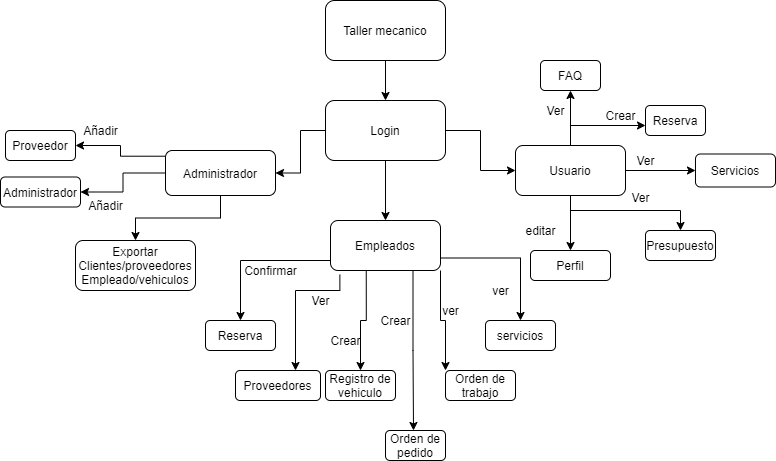
Ocikotorzido/Portafolio-de-Titulo keeps this draw.io diagram as pantallazos/estructura_taller.png. Above is the earlier version. Source tidied: cells renumbered, new cells last; positions are measured from the earlier drawing's top-left corner, leaving out a move shared by most shapes.
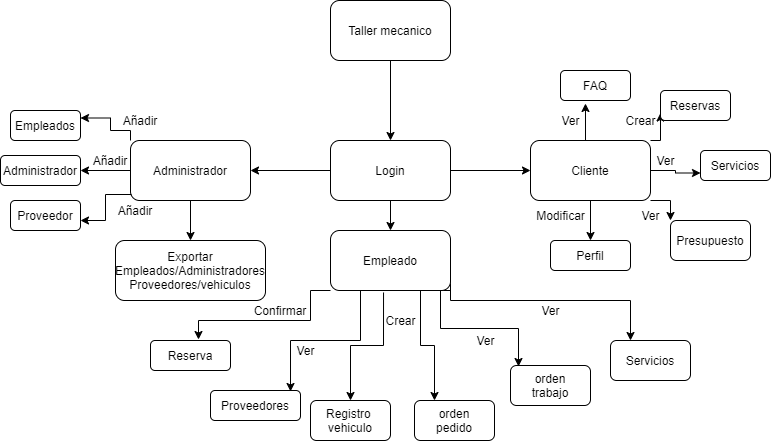
Later version of the same file.

Commit message:
Docs: Imagen de estructura web arreglada, Typo Villaroel -> Villarroel arreglado.

The edit, as a diff of the source:
```diff
@@ -2,179 +2,193 @@
   <root>
     <mxCell id="0" />
     <mxCell id="1" parent="0" />
-    <mxCell id="2" style="edgeStyle=orthogonalEdgeStyle;rounded=0;jettySize=auto;html=1;exitX=0.5;exitY=1;exitDx=0;exitDy=0;" parent="1" edge="1" source="3" target="7">
+    <mxCell id="2" style="edgeStyle=orthogonalEdgeStyle;rounded=0;jettySize=auto;html=1;" parent="1" edge="1" source="3" target="7">
       <mxGeometry relative="1" as="geometry" />
     </mxCell>
     <mxCell id="3" value="Taller mecanico" style="rounded=1;whiteSpace=wrap;html=1;" parent="1" vertex="1">
-      <mxGeometry x="325" width="120" height="60" as="geometry" />
+      <mxGeometry x="305" y="40" width="120" height="60" as="geometry" />
     </mxCell>
-    <mxCell id="4" style="edgeStyle=orthogonalEdgeStyle;rounded=0;jettySize=auto;html=1;" parent="1" edge="1" source="7" target="13">
-      <mxGeometry relative="1" as="geometry" />
-    </mxCell>
-    <mxCell id="5" style="edgeStyle=orthogonalEdgeStyle;rounded=0;jettySize=auto;html=1;" parent="1" edge="1" source="7" target="20">
-      <mxGeometry relative="1" as="geometry" />
-    </mxCell>
-    <mxCell id="6" style="edgeStyle=orthogonalEdgeStyle;rounded=0;jettySize=auto;html=1;" parent="1" edge="1" source="7" target="24">
-      <mxGeometry relative="1" as="geometry" />
-    </mxCell>
+    <mxCell id="52" style="edgeStyle=orthogonalEdgeStyle;rounded=0;jettySize=auto;html=1;" parent="1" edge="1" source="7" target="58">
+      <mxGeometry relative="1" as="geometry" />
+    </mxCell>
+    <mxCell id="53" style="edgeStyle=orthogonalEdgeStyle;rounded=0;jettySize=auto;html=1;" parent="1" edge="1" source="7" target="65">
+      <mxGeometry relative="1" as="geometry" />
+    </mxCell>
+    <mxCell id="54" style="edgeStyle=orthogonalEdgeStyle;rounded=0;jettySize=auto;html=1;" parent="1" edge="1" source="7" target="71">
+      <mxGeometry relative="1" as="geometry" />
+    </mxCell>
-    <mxCell id="7" value="Login" style="rounded=1;whiteSpace=wrap;html=1;" parent="1" vertex="1">
-      <mxGeometry x="325" y="100" width="120" height="60" as="geometry" />
+    <mxCell id="7" value="Login" style="whiteSpace=wrap;html=1;rounded=1;" parent="1" vertex="1">
+      <mxGeometry x="305" y="180" width="120" height="60" as="geometry" />
     </mxCell>
-    <mxCell id="8" style="edgeStyle=orthogonalEdgeStyle;rounded=0;jettySize=auto;html=1;" parent="1" edge="1" source="13" target="30">
-      <mxGeometry relative="1" as="geometry">
-        <Array as="points">
-          <mxPoint x="570" y="125" />
-        </Array>
-      </mxGeometry>
-    </mxCell>
-    <mxCell id="9" style="edgeStyle=orthogonalEdgeStyle;rounded=0;jettySize=auto;html=1;" parent="1" edge="1" source="13" target="32">
-      <mxGeometry relative="1" as="geometry">
-        <Array as="points">
-          <mxPoint x="570" y="210" />
-        </Array>
-      </mxGeometry>
-    </mxCell>
-    <mxCell id="10" style="edgeStyle=orthogonalEdgeStyle;rounded=0;jettySize=auto;html=1;entryX=0;entryY=0.5;entryDx=0;entryDy=0;" parent="1" edge="1" source="13" target="33">
-      <mxGeometry relative="1" as="geometry" />
-    </mxCell>
-    <mxCell id="11" style="edgeStyle=orthogonalEdgeStyle;rounded=0;jettySize=auto;html=1;" parent="1" edge="1" source="13" target="36">
-      <mxGeometry relative="1" as="geometry" />
-    </mxCell>
-    <mxCell id="12" style="edgeStyle=orthogonalEdgeStyle;rounded=0;jettySize=auto;html=1;exitX=0.5;exitY=0;exitDx=0;exitDy=0;entryX=0.5;entryY=1;entryDx=0;entryDy=0;" parent="1" edge="1" source="13" target="48">
-      <mxGeometry relative="1" as="geometry" />
-    </mxCell>
-    <mxCell id="13" value="Usuario" style="rounded=1;whiteSpace=wrap;html=1;" parent="1" vertex="1">
-      <mxGeometry x="515" y="145" width="110" height="50" as="geometry" />
-    </mxCell>
-    <mxCell id="14" style="edgeStyle=orthogonalEdgeStyle;rounded=0;jettySize=auto;html=1;" parent="1" edge="1" source="20" target="38">
-      <mxGeometry relative="1" as="geometry">
-        <Array as="points">
-          <mxPoint x="240" y="260" />
-        </Array>
-      </mxGeometry>
-    </mxCell>
-    <mxCell id="15" style="edgeStyle=orthogonalEdgeStyle;rounded=0;jettySize=auto;html=1;exitX=0.085;exitY=1.084;exitDx=0;exitDy=0;exitPerimeter=0;" parent="1" edge="1" source="20" target="40">
-      <mxGeometry relative="1" as="geometry">
-        <Array as="points">
-          <mxPoint x="339" y="290" />
-          <mxPoint x="295" y="290" />
-        </Array>
-      </mxGeometry>
-    </mxCell>
-    <mxCell id="16" style="edgeStyle=orthogonalEdgeStyle;rounded=0;jettySize=auto;html=1;exitX=0.325;exitY=1.004;exitDx=0;exitDy=0;entryX=0.5;entryY=0;entryDx=0;entryDy=0;exitPerimeter=0;" parent="1" edge="1" source="20" target="43">
-      <mxGeometry relative="1" as="geometry" />
-    </mxCell>
-    <mxCell id="17" style="edgeStyle=orthogonalEdgeStyle;rounded=0;jettySize=auto;html=1;exitX=1;exitY=0.75;exitDx=0;exitDy=0;entryX=0.5;entryY=0;entryDx=0;entryDy=0;" parent="1" edge="1" source="20" target="44">
-      <mxGeometry relative="1" as="geometry" />
-    </mxCell>
-    <mxCell id="18" style="edgeStyle=orthogonalEdgeStyle;rounded=0;jettySize=auto;html=1;exitX=1;exitY=1;exitDx=0;exitDy=0;entryX=0;entryY=0;entryDx=0;entryDy=0;" parent="1" edge="1" source="20" target="42">
-      <mxGeometry relative="1" as="geometry">
-        <Array as="points">
-          <mxPoint x="440" y="320" />
-          <mxPoint x="445" y="320" />
-        </Array>
-      </mxGeometry>
-    </mxCell>
-    <mxCell id="19" style="edgeStyle=orthogonalEdgeStyle;rounded=0;jettySize=auto;html=1;exitX=0.75;exitY=1;exitDx=0;exitDy=0;" parent="1" edge="1" source="20">
-      <mxGeometry relative="1" as="geometry">
-        <mxPoint x="413" y="430" as="targetPoint" />
-      </mxGeometry>
-    </mxCell>
+    <mxCell id="55" style="edgeStyle=orthogonalEdgeStyle;rounded=0;jettySize=auto;html=1;exitX=0;exitY=0;exitDx=0;exitDy=0;entryX=1;entryY=0.25;entryDx=0;entryDy=0;" parent="1" edge="1" source="58" target="20">
+      <mxGeometry relative="1" as="geometry">
+        <Array as="points">
+          <mxPoint x="105" y="170" />
+          <mxPoint x="85" y="170" />
+          <mxPoint x="85" y="158" />
+        </Array>
+      </mxGeometry>
+    </mxCell>
+    <mxCell id="56" style="edgeStyle=orthogonalEdgeStyle;rounded=0;jettySize=auto;html=1;" parent="1" edge="1" source="58">
+      <mxGeometry relative="1" as="geometry">
+        <mxPoint x="55" y="210" as="targetPoint" />
+      </mxGeometry>
+    </mxCell>
+    <mxCell id="57" style="edgeStyle=orthogonalEdgeStyle;rounded=0;jettySize=auto;html=1;" parent="1" edge="1" source="58" target="74">
+      <mxGeometry relative="1" as="geometry" />
+    </mxCell>
+    <mxCell id="58" value="Administrador" style="whiteSpace=wrap;html=1;rounded=1;" parent="1" vertex="1">
+      <mxGeometry x="105" y="180" width="120" height="60" as="geometry" />
+    </mxCell>
+    <mxCell id="59" style="edgeStyle=orthogonalEdgeStyle;rounded=0;jettySize=auto;html=1;exitX=0;exitY=1;exitDx=0;exitDy=0;entryX=0.6;entryY=-0.033;entryDx=0;entryDy=0;entryPerimeter=0;" parent="1" edge="1" source="65" target="78">
+      <mxGeometry relative="1" as="geometry">
+        <Array as="points">
+          <mxPoint x="285" y="330" />
+          <mxPoint x="285" y="360" />
+          <mxPoint x="173" y="360" />
+        </Array>
+      </mxGeometry>
+    </mxCell>
+    <mxCell id="60" style="edgeStyle=orthogonalEdgeStyle;rounded=0;jettySize=auto;html=1;exitX=0.25;exitY=1;exitDx=0;exitDy=0;entryX=0.889;entryY=0.033;entryDx=0;entryDy=0;entryPerimeter=0;" parent="1" edge="1" source="65" target="40">
+      <mxGeometry relative="1" as="geometry" />
+    </mxCell>
+    <mxCell id="61" style="edgeStyle=orthogonalEdgeStyle;rounded=0;jettySize=auto;html=1;exitX=0.442;exitY=1.033;exitDx=0;exitDy=0;entryX=0.5;entryY=0;entryDx=0;entryDy=0;exitPerimeter=0;" parent="1" edge="1" source="65" target="80">
+      <mxGeometry relative="1" as="geometry" />
+    </mxCell>
+    <mxCell id="62" style="edgeStyle=orthogonalEdgeStyle;rounded=0;jettySize=auto;html=1;exitX=0.75;exitY=1;exitDx=0;exitDy=0;entryX=0.25;entryY=0;entryDx=0;entryDy=0;" parent="1" edge="1" source="65" target="82">
+      <mxGeometry relative="1" as="geometry" />
+    </mxCell>
+    <mxCell id="63" style="edgeStyle=orthogonalEdgeStyle;rounded=0;jettySize=auto;html=1;exitX=1;exitY=1;exitDx=0;exitDy=0;entryX=0.1;entryY=0.025;entryDx=0;entryDy=0;entryPerimeter=0;" parent="1" edge="1" source="65" target="83">
+      <mxGeometry relative="1" as="geometry">
+        <Array as="points">
+          <mxPoint x="415" y="330" />
+          <mxPoint x="415" y="368" />
+          <mxPoint x="493" y="368" />
+        </Array>
+      </mxGeometry>
+    </mxCell>
+    <mxCell id="64" style="edgeStyle=orthogonalEdgeStyle;rounded=0;jettySize=auto;html=1;exitX=1;exitY=0.75;exitDx=0;exitDy=0;entryX=0.25;entryY=0;entryDx=0;entryDy=0;" parent="1" edge="1" source="65" target="84">
+      <mxGeometry relative="1" as="geometry">
+        <Array as="points">
+          <mxPoint x="425" y="340" />
+          <mxPoint x="605" y="340" />
+        </Array>
+      </mxGeometry>
+    </mxCell>
+    <mxCell id="65" value="Empleado" style="whiteSpace=wrap;html=1;rounded=1;" parent="1" vertex="1">
+      <mxGeometry x="305" y="270" width="120" height="60" as="geometry" />
+    </mxCell>
+    <mxCell id="66" style="edgeStyle=orthogonalEdgeStyle;rounded=0;jettySize=auto;html=1;" parent="1" edge="1" source="71" target="36">
+      <mxGeometry relative="1" as="geometry" />
+    </mxCell>
+    <mxCell id="67" style="edgeStyle=orthogonalEdgeStyle;rounded=0;jettySize=auto;html=1;exitX=1;exitY=0.5;exitDx=0;exitDy=0;entryX=0;entryY=0.75;entryDx=0;entryDy=0;" parent="1" edge="1" source="71" target="87">
+      <mxGeometry relative="1" as="geometry" />
+    </mxCell>
+    <mxCell id="68" style="edgeStyle=orthogonalEdgeStyle;rounded=0;jettySize=auto;html=1;exitX=1;exitY=1;exitDx=0;exitDy=0;entryX=0;entryY=0;entryDx=0;entryDy=0;" parent="1" edge="1" source="71" target="32">
+      <mxGeometry relative="1" as="geometry" />
+    </mxCell>
+    <mxCell id="69" style="edgeStyle=orthogonalEdgeStyle;rounded=0;jettySize=auto;html=1;exitX=1;exitY=0;exitDx=0;exitDy=0;entryX=0;entryY=0.75;entryDx=0;entryDy=0;" parent="1" edge="1" source="71" target="88">
+      <mxGeometry relative="1" as="geometry" />
+    </mxCell>
+    <mxCell id="70" style="edgeStyle=orthogonalEdgeStyle;rounded=0;jettySize=auto;html=1;exitX=0.5;exitY=0;exitDx=0;exitDy=0;entryX=0.357;entryY=1.1;entryDx=0;entryDy=0;entryPerimeter=0;" parent="1" edge="1" source="71" target="48">
+      <mxGeometry relative="1" as="geometry" />
+    </mxCell>
+    <mxCell id="71" value="Cliente" style="whiteSpace=wrap;html=1;rounded=1;" parent="1" vertex="1">
+      <mxGeometry x="505" y="180" width="120" height="60" as="geometry" />
+    </mxCell>
-    <mxCell id="20" value="Empleados" style="rounded=1;whiteSpace=wrap;html=1;" parent="1" vertex="1">
-      <mxGeometry x="330" y="220" width="110" height="50" as="geometry" />
+    <mxCell id="20" value="Empleados" style="whiteSpace=wrap;html=1;rounded=1;" parent="1" vertex="1">
+      <mxGeometry x="-15" y="150" width="70" height="30" as="geometry" />
     </mxCell>
-    <mxCell id="21" style="edgeStyle=orthogonalEdgeStyle;rounded=0;jettySize=auto;html=1;exitX=-0.005;exitY=0.127;exitDx=0;exitDy=0;exitPerimeter=0;" parent="1" edge="1" source="24" target="25">
-      <mxGeometry relative="1" as="geometry" />
-    </mxCell>
-    <mxCell id="22" style="edgeStyle=orthogonalEdgeStyle;rounded=0;jettySize=auto;html=1;startArrow=none;exitX=0;exitY=0.5;exitDx=0;exitDy=0;" parent="1" edge="1" source="24" target="27">
-      <mxGeometry relative="1" as="geometry" />
-    </mxCell>
-    <mxCell id="23" style="edgeStyle=orthogonalEdgeStyle;rounded=0;jettySize=auto;html=1;" parent="1" edge="1" source="24" target="29">
-      <mxGeometry relative="1" as="geometry" />
-    </mxCell>
-    <mxCell id="24" value="Administrador" style="rounded=1;whiteSpace=wrap;html=1;" parent="1" vertex="1">
-      <mxGeometry x="165" y="150" width="110" height="45" as="geometry" />
-    </mxCell>
+    <mxCell id="72" value="Administrador" style="whiteSpace=wrap;html=1;rounded=1;" parent="1" vertex="1">
+      <mxGeometry x="-25" y="195" width="80" height="30" as="geometry" />
+    </mxCell>
-    <mxCell id="25" value="Proveedor" style="rounded=1;whiteSpace=wrap;html=1;" parent="1" vertex="1">
-      <mxGeometry x="5" y="130" width="70" height="30" as="geometry" />
+    <mxCell id="25" value="Proveedor" style="whiteSpace=wrap;html=1;rounded=1;" parent="1" vertex="1">
+      <mxGeometry x="-15" y="240" width="70" height="30" as="geometry" />
     </mxCell>
-    <mxCell id="26" value="Añadir" style="text;html=1;align=center;verticalAlign=middle;strokeColor=none;" parent="1" vertex="1">
-      <mxGeometry x="80" y="195" width="50" height="20" as="geometry" />
-    </mxCell>
-    <mxCell id="27" value="Administrador" style="rounded=1;whiteSpace=wrap;html=1;" parent="1" vertex="1">
-      <mxGeometry y="176.5" width="80" height="30" as="geometry" />
-    </mxCell>
-    <mxCell id="28" value="Añadir" style="text;html=1;align=center;verticalAlign=middle;strokeColor=none;" parent="1" vertex="1">
-      <mxGeometry x="75" y="120" width="50" height="20" as="geometry" />
-    </mxCell>
-    <mxCell id="29" value="Exportar&lt;br&gt;Clientes/proveedores&lt;br&gt;Empleado/vehiculos" style="rounded=1;whiteSpace=wrap;html=1;" parent="1" vertex="1">
-      <mxGeometry x="75" y="240" width="120" height="50" as="geometry" />
-    </mxCell>
-    <mxCell id="30" value="Reserva" style="rounded=1;whiteSpace=wrap;html=1;" parent="1" vertex="1">
-      <mxGeometry x="645" y="105" width="60" height="30" as="geometry" />
-    </mxCell>
-    <mxCell id="31" value="Crear" style="text;html=1;align=center;verticalAlign=middle;strokeColor=none;" parent="1" vertex="1">
-      <mxGeometry x="595" y="105" width="50" height="20" as="geometry" />
-    </mxCell>
+    <mxCell id="73" style="edgeStyle=orthogonalEdgeStyle;rounded=0;jettySize=auto;html=1;exitX=0.008;exitY=0.9;exitDx=0;exitDy=0;exitPerimeter=0;" parent="1" edge="1" source="58">
+      <mxGeometry relative="1" as="geometry">
+        <mxPoint x="55" y="260" as="targetPoint" />
+        <Array as="points">
+          <mxPoint x="80" y="234" />
+          <mxPoint x="80" y="260" />
+          <mxPoint x="55" y="260" />
+        </Array>
+      </mxGeometry>
+    </mxCell>
+    <mxCell id="74" value="Exportar&lt;br&gt;Empleados/Administradores&lt;br&gt;Proveedores/vehiculos" style="whiteSpace=wrap;html=1;rounded=1;" parent="1" vertex="1">
+      <mxGeometry x="90" y="280" width="150" height="60" as="geometry" />
+    </mxCell>
+    <mxCell id="39" value="Confirmar" style="text;html=1;strokeColor=none;fillColor=none;align=center;verticalAlign=middle;whiteSpace=wrap;rounded=0;" parent="1" vertex="1">
+      <mxGeometry x="235" y="340" width="40" height="20" as="geometry" />
+    </mxCell>
+    <mxCell id="75" value="Añadir" style="text;html=1;strokeColor=none;fillColor=none;align=center;verticalAlign=middle;whiteSpace=wrap;rounded=0;" parent="1" vertex="1">
+      <mxGeometry x="95" y="150" width="40" height="20" as="geometry" />
+    </mxCell>
+    <mxCell id="76" value="Añadir" style="text;html=1;strokeColor=none;fillColor=none;align=center;verticalAlign=middle;whiteSpace=wrap;rounded=0;" parent="1" vertex="1">
+      <mxGeometry x="65" y="190" width="40" height="20" as="geometry" />
+    </mxCell>
+    <mxCell id="77" value="Añadir" style="text;html=1;strokeColor=none;fillColor=none;align=center;verticalAlign=middle;whiteSpace=wrap;rounded=0;" parent="1" vertex="1">
+      <mxGeometry x="90" y="240" width="40" height="20" as="geometry" />
+    </mxCell>
+    <mxCell id="78" value="Reserva" style="rounded=1;whiteSpace=wrap;html=1;" parent="1" vertex="1">
+      <mxGeometry x="125" y="380" width="80" height="30" as="geometry" />
+    </mxCell>
+    <mxCell id="40" value="Proveedores" style="rounded=1;whiteSpace=wrap;html=1;" parent="1" vertex="1">
+      <mxGeometry x="185" y="430" width="90" height="30" as="geometry" />
+    </mxCell>
+    <mxCell id="79" value="Ver" style="text;html=1;align=center;verticalAlign=middle;strokeColor=none;" parent="1" vertex="1">
+      <mxGeometry x="265" y="380" width="30" height="20" as="geometry" />
+    </mxCell>
+    <mxCell id="80" value="Registro &lt;br&gt;vehiculo" style="rounded=1;whiteSpace=wrap;html=1;" parent="1" vertex="1">
+      <mxGeometry x="285" y="440" width="80" height="40" as="geometry" />
+    </mxCell>
+    <mxCell id="81" value="Crear" style="text;html=1;align=center;verticalAlign=middle;strokeColor=none;" parent="1" vertex="1">
+      <mxGeometry x="350" y="350" width="50" height="20" as="geometry" />
+    </mxCell>
+    <mxCell id="82" value="orden&lt;br&gt;pedido" style="rounded=1;whiteSpace=wrap;html=1;" parent="1" vertex="1">
+      <mxGeometry x="389" y="440" width="80" height="40" as="geometry" />
+    </mxCell>
+    <mxCell id="83" value="orden&lt;br&gt;trabajo" style="rounded=1;whiteSpace=wrap;html=1;" parent="1" vertex="1">
+      <mxGeometry x="485" y="405" width="80" height="40" as="geometry" />
+    </mxCell>
+    <mxCell id="84" value="Servicios" style="rounded=1;whiteSpace=wrap;html=1;" parent="1" vertex="1">
+      <mxGeometry x="585" y="380" width="80" height="40" as="geometry" />
+    </mxCell>
+    <mxCell id="85" value="Ver" style="text;html=1;align=center;verticalAlign=middle;strokeColor=none;" parent="1" vertex="1">
+      <mxGeometry x="445" y="370" width="30" height="20" as="geometry" />
+    </mxCell>
+    <mxCell id="86" value="Ver" style="text;html=1;align=center;verticalAlign=middle;strokeColor=none;" parent="1" vertex="1">
+      <mxGeometry x="510" y="340" width="30" height="20" as="geometry" />
+    </mxCell>
+    <mxCell id="36" value="Perfil" style="whiteSpace=wrap;html=1;rounded=1;" parent="1" vertex="1">
+      <mxGeometry x="525" y="280" width="80" height="30" as="geometry" />
+    </mxCell>
     <mxCell id="32" value="Presupuesto" style="rounded=1;whiteSpace=wrap;html=1;" parent="1" vertex="1">
-      <mxGeometry x="645" y="230" width="70" height="30" as="geometry" />
+      <mxGeometry x="645" y="260" width="80" height="40" as="geometry" />
     </mxCell>
-    <mxCell id="33" value="Servicios" style="rounded=1;whiteSpace=wrap;html=1;" parent="1" vertex="1">
-      <mxGeometry x="695" y="153.5" width="80" height="33" as="geometry" />
-    </mxCell>
-    <mxCell id="34" value="Ver" style="text;html=1;align=center;verticalAlign=middle;strokeColor=none;" parent="1" vertex="1">
-      <mxGeometry x="630" y="150" width="30" height="20" as="geometry" />
-    </mxCell>
-    <mxCell id="35" value="Ver" style="text;html=1;align=center;verticalAlign=middle;strokeColor=none;" parent="1" vertex="1">
-      <mxGeometry x="625" y="186.5" width="30" height="20" as="geometry" />
-    </mxCell>
-    <mxCell id="36" value="Perfil" style="rounded=1;whiteSpace=wrap;html=1;" parent="1" vertex="1">
-      <mxGeometry x="530" y="250" width="80" height="30" as="geometry" />
-    </mxCell>
-    <mxCell id="37" value="editar" style="text;html=1;align=center;verticalAlign=middle;strokeColor=none;" parent="1" vertex="1">
-      <mxGeometry x="515" y="220" width="50" height="20" as="geometry" />
-    </mxCell>
-    <mxCell id="38" value="Reserva" style="rounded=1;whiteSpace=wrap;html=1;" parent="1" vertex="1">
-      <mxGeometry x="205" y="320" width="70" height="30" as="geometry" />
-    </mxCell>
-    <mxCell id="39" value="Confirmar" style="text;html=1;align=center;verticalAlign=middle;strokeColor=none;" parent="1" vertex="1">
-      <mxGeometry x="235" y="260" width="70" height="20" as="geometry" />
-    </mxCell>
-    <mxCell id="40" value="Proveedores" style="rounded=1;whiteSpace=wrap;html=1;" parent="1" vertex="1">
-      <mxGeometry x="235" y="370" width="85" height="30" as="geometry" />
-    </mxCell>
-    <mxCell id="41" value="Ver" style="text;html=1;align=center;verticalAlign=middle;strokeColor=none;" parent="1" vertex="1">
-      <mxGeometry x="305" y="290" width="30" height="20" as="geometry" />
-    </mxCell>
-    <mxCell id="42" value="Orden de trabajo" style="rounded=1;whiteSpace=wrap;html=1;" parent="1" vertex="1">
-      <mxGeometry x="445" y="370" width="70" height="30" as="geometry" />
-    </mxCell>
-    <mxCell id="43" value="Registro de vehiculo" style="rounded=1;whiteSpace=wrap;html=1;" parent="1" vertex="1">
-      <mxGeometry x="325" y="370" width="70" height="30" as="geometry" />
-    </mxCell>
-    <mxCell id="44" value="servicios" style="rounded=1;whiteSpace=wrap;html=1;" parent="1" vertex="1">
-      <mxGeometry x="485" y="320" width="70" height="30" as="geometry" />
-    </mxCell>
-    <mxCell id="45" value="Crear" style="text;html=1;align=center;verticalAlign=middle;strokeColor=none;" parent="1" vertex="1">
-      <mxGeometry x="320" y="330" width="50" height="20" as="geometry" />
-    </mxCell>
-    <mxCell id="46" value="ver" style="text;html=1;align=center;verticalAlign=middle;strokeColor=none;" parent="1" vertex="1">
-      <mxGeometry x="485" y="280" width="30" height="20" as="geometry" />
-    </mxCell>
-    <mxCell id="47" value="ver" style="text;html=1;align=center;verticalAlign=middle;strokeColor=none;" parent="1" vertex="1">
-      <mxGeometry x="435" y="300" width="30" height="20" as="geometry" />
-    </mxCell>
+    <mxCell id="87" value="Servicios" style="rounded=1;whiteSpace=wrap;html=1;" parent="1" vertex="1">
+      <mxGeometry x="675" y="190" width="70" height="30" as="geometry" />
+    </mxCell>
+    <mxCell id="88" value="Reservas&lt;span style=&quot;color: rgba(0 , 0 , 0 , 0) ; font-family: monospace ; font-size: 0px&quot;&gt;%3CmxGraphModel%3E%3Croot%3E%3CmxCell%20id%3D%220%22%2F%3E%3CmxCell%20id%3D%221%22%20parent%3D%220%22%2F%3E%3CmxCell%20id%3D%222%22%20value%3D%22Servicios%22%20style%3D%22rounded%3D1%3BwhiteSpace%3Dwrap%3Bhtml%3D1%3B%22%20vertex%3D%221%22%20parent%3D%221%22%3E%3CmxGeometry%20x%3D%22680%22%20y%3D%22230%22%20width%3D%2280%22%20height%3D%2240%22%20as%3D%22geometry%22%2F%3E%3C%2FmxCell%3E%3C%2Froot%3E%3C%2FmxGraphModel%3E&lt;/span&gt;" style="rounded=1;whiteSpace=wrap;html=1;" parent="1" vertex="1">
+      <mxGeometry x="635" y="130" width="70" height="30" as="geometry" />
+    </mxCell>
     <mxCell id="48" value="FAQ" style="rounded=1;whiteSpace=wrap;html=1;" parent="1" vertex="1">
-      <mxGeometry x="540" y="60" width="60" height="30" as="geometry" />
+      <mxGeometry x="535" y="110" width="70" height="30" as="geometry" />
     </mxCell>
-    <mxCell id="49" value="Ver" style="text;html=1;align=center;verticalAlign=middle;strokeColor=none;" parent="1" vertex="1">
-      <mxGeometry x="540" y="100" width="30" height="20" as="geometry" />
-    </mxCell>
-    <mxCell id="50" value="Orden de pedido" style="rounded=1;whiteSpace=wrap;html=1;" parent="1" vertex="1">
-      <mxGeometry x="385" y="430" width="60" height="30" as="geometry" />
-    </mxCell>
-    <mxCell id="51" value="Crear" style="text;html=1;align=center;verticalAlign=middle;strokeColor=none;" parent="1" vertex="1">
-      <mxGeometry x="370" y="310" width="50" height="20" as="geometry" />
-    </mxCell>
+    <mxCell id="89" value="Ver" style="text;html=1;align=center;verticalAlign=middle;strokeColor=none;" parent="1" vertex="1">
+      <mxGeometry x="530" y="150" width="30" height="20" as="geometry" />
+    </mxCell>
+    <mxCell id="90" value="Crear" style="text;html=1;align=center;verticalAlign=middle;strokeColor=none;" parent="1" vertex="1">
+      <mxGeometry x="590" y="150" width="50" height="20" as="geometry" />
+    </mxCell>
+    <mxCell id="91" value="Ver" style="text;html=1;align=center;verticalAlign=middle;strokeColor=none;" parent="1" vertex="1">
+      <mxGeometry x="625" y="190" width="30" height="20" as="geometry" />
+    </mxCell>
+    <mxCell id="92" value="Ver" style="text;html=1;align=center;verticalAlign=middle;strokeColor=none;" parent="1" vertex="1">
+      <mxGeometry x="610" y="245" width="30" height="20" as="geometry" />
+    </mxCell>
+    <mxCell id="93" value="Modificar" style="text;html=1;align=center;verticalAlign=middle;strokeColor=none;" parent="1" vertex="1">
+      <mxGeometry x="505" y="245" width="60" height="20" as="geometry" />
+    </mxCell>
   </root>
 </mxGraphModel>
```
